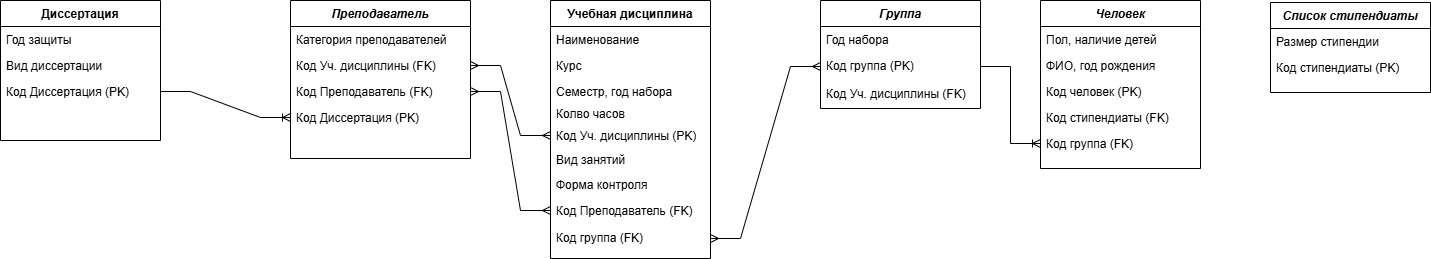
ksinph/PSTU_LABS_2023 keeps this draw.io diagram as БД 2 Хорошилова.drawio.png. Above is the earlier version. Source tidied: cells renumbered, new cells last; positions are measured from the earlier drawing's top-left corner, leaving out a move shared by most shapes.
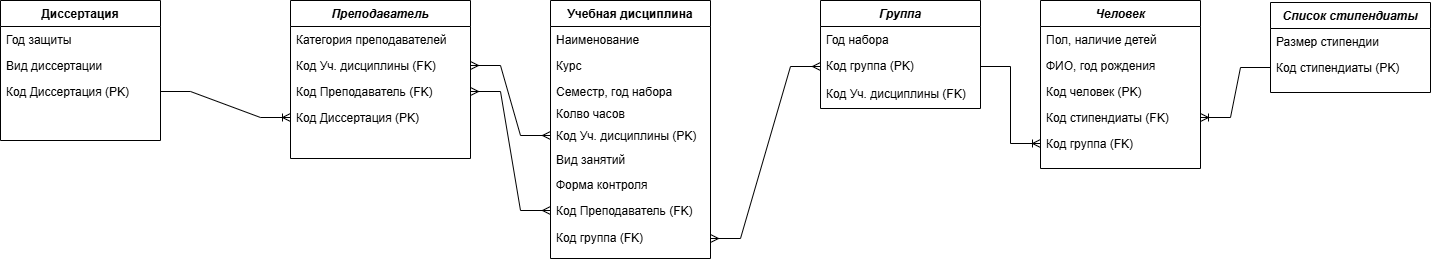
After the change.

The edit, as a diff of the source:
```diff
@@ -113,5 +113,8 @@
     <mxCell id="38" style="edgeStyle=entityRelationEdgeStyle;fontSize=12;html=1;endArrow=ERoneToMany;rounded=0;exitX=1;exitY=0.5;exitDx=0;exitDy=0;entryX=0;entryY=0.5;entryDx=0;entryDy=0;" parent="1" edge="1" source="24" target="7">
       <mxGeometry relative="1" as="geometry" />
     </mxCell>
+    <mxCell id="39" style="edgeStyle=entityRelationEdgeStyle;fontSize=12;html=1;endArrow=ERoneToMany;rounded=0;entryX=1;entryY=0.5;entryDx=0;entryDy=0;exitX=0;exitY=0.5;exitDx=0;exitDy=0;" parent="1" edge="1" source="21" target="6">
+      <mxGeometry relative="1" as="geometry" />
+    </mxCell>
   </root>
 </mxGraphModel>
```
